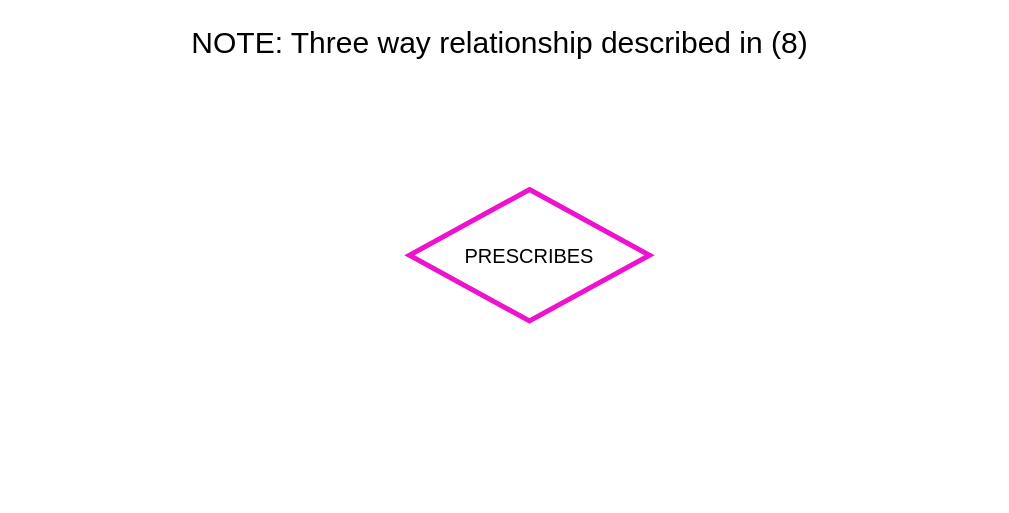
Before: page "PRESCRIBES Relationship" (8 of 9) of ECE467A1.drawio in JacobAhrens/DatabasesFinalProject, a draw.io diagram. Source tidied: cells renumbered, new cells numbered last; positions are measured from the earlier drawing's top-left corner, leaving out a move shared by most shapes. Both pictures are drawn from the tidied source at 100%, with x=0, y=0 at pixel (179, 17).
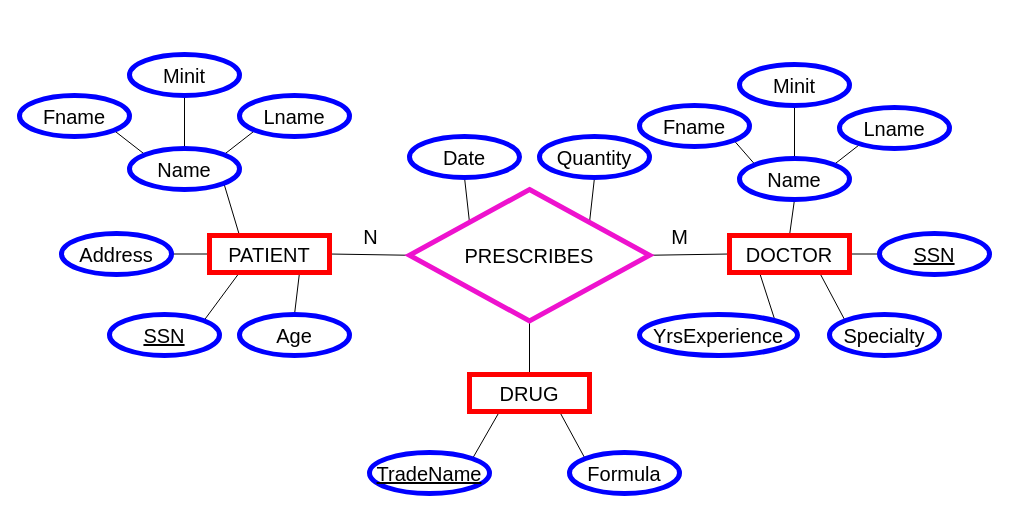
Above is the later version.

The change refers to these unchanged cells:
```xml
<mxCell id="2" value="PRESCRIBES" style="rhombus;whiteSpace=wrap;html=1;strokeColor=light-dark(#EE12CE,#FFFFFF);strokeWidth=5;fontSize=20;" parent="1" vertex="1">
  <mxGeometry x="230" y="172" width="240" height="131.5" as="geometry" />
</mxCell>
```

Diff of the diagram source:
```diff
@@
+    <mxCell id="4" style="endArrow=none;html=1;rounded=0;entryX=0.5;entryY=1;entryDx=0;entryDy=0;exitX=0;exitY=0;exitDx=0;exitDy=0;" parent="1" edge="1" source="2" target="46">
+      <mxGeometry relative="1" as="geometry" />
+    </mxCell>
+    <mxCell id="5" style="endArrow=none;html=1;rounded=0;exitX=0.5;exitY=1;exitDx=0;exitDy=0;entryX=1;entryY=0;entryDx=0;entryDy=0;" parent="1" edge="1" source="47" target="2">
+      <mxGeometry relative="1" as="geometry" />
+    </mxCell>
+    <mxCell id="6" style="endArrow=none;html=1;rounded=0;entryX=1;entryY=0.5;entryDx=0;entryDy=0;exitX=0;exitY=0.5;exitDx=0;exitDy=0;" parent="1" edge="1" source="2" target="23">
+      <mxGeometry relative="1" as="geometry" />
+    </mxCell>
+    <mxCell id="7" value="N" style="edgeLabel;html=1;align=center;verticalAlign=middle;fontSize=20;" parent="6" vertex="1">
+      <mxGeometry x="-0.01" y="-1" relative="1" as="geometry">
+        <mxPoint y="-18" as="offset" />
+      </mxGeometry>
+    </mxCell>
+    <mxCell id="8" style="endArrow=none;html=1;rounded=0;entryX=1;entryY=0.5;entryDx=0;entryDy=0;exitX=0;exitY=0.5;exitDx=0;exitDy=0;" parent="1" edge="1" source="38" target="2">
+      <mxGeometry relative="1" as="geometry" />
+    </mxCell>
+    <mxCell id="9" value="M" style="edgeLabel;html=1;align=center;verticalAlign=middle;fontSize=20;" parent="8" vertex="1">
+      <mxGeometry x="0.14" y="-2" relative="1" as="geometry">
+        <mxPoint x="-4" y="-17" as="offset" />
+      </mxGeometry>
+    </mxCell>
+    <mxCell id="10" style="endArrow=none;html=1;rounded=0;entryX=0.5;entryY=1;entryDx=0;entryDy=0;exitX=0.5;exitY=0;exitDx=0;exitDy=0;" parent="1" edge="1" source="13" target="2">
+      <mxGeometry relative="1" as="geometry" />
+    </mxCell>
+    <mxCell id="11" style="endArrow=none;html=1;rounded=0;entryX=0.25;entryY=1;entryDx=0;entryDy=0;exitX=1;exitY=0;exitDx=0;exitDy=0;" parent="1" edge="1" source="15" target="13">
+      <mxGeometry relative="1" as="geometry" />
+    </mxCell>
+    <mxCell id="12" style="endArrow=none;html=1;rounded=0;entryX=0.75;entryY=1;entryDx=0;entryDy=0;exitX=0;exitY=0;exitDx=0;exitDy=0;" parent="1" edge="1" source="14" target="13">
+      <mxGeometry relative="1" as="geometry" />
+    </mxCell>
+    <mxCell id="13" value="DRUG" style="rounded=0;whiteSpace=wrap;html=1;strokeColor=#FF0000;strokeWidth=5;shadow=0;fontSize=20;" parent="1" vertex="1">
+      <mxGeometry x="290" y="357" width="120" height="37" as="geometry" />
+    </mxCell>
+    <mxCell id="14" value="Formula" style="ellipse;whiteSpace=wrap;html=1;strokeColor=#0000FF;strokeWidth=5;fontSize=20;" parent="1" vertex="1">
+      <mxGeometry x="390" y="435" width="110" height="41" as="geometry" />
+    </mxCell>
+    <mxCell id="15" value="&lt;u&gt;TradeName&lt;/u&gt;" style="ellipse;whiteSpace=wrap;html=1;strokeColor=#0000FF;strokeWidth=5;fontSize=20;" parent="1" vertex="1">
+      <mxGeometry x="190" y="435" width="120" height="41" as="geometry" />
+    </mxCell>
+    <mxCell id="16" style="endArrow=none;html=1;rounded=0;entryX=0;entryY=0;entryDx=0;entryDy=0;exitX=1;exitY=1;exitDx=0;exitDy=0;" parent="1" edge="1" source="30" target="25">
+      <mxGeometry relative="1" as="geometry" />
+    </mxCell>
+    <mxCell id="17" style="endArrow=none;html=1;rounded=0;entryX=0.5;entryY=0;entryDx=0;entryDy=0;exitX=0.5;exitY=1;exitDx=0;exitDy=0;" parent="1" edge="1" source="29" target="25">
+      <mxGeometry relative="1" as="geometry" />
+    </mxCell>
+    <mxCell id="18" style="endArrow=none;html=1;rounded=0;entryX=0;entryY=1;entryDx=0;entryDy=0;exitX=1;exitY=0;exitDx=0;exitDy=0;" parent="1" edge="1" source="25" target="28">
+      <mxGeometry relative="1" as="geometry" />
+    </mxCell>
+    <mxCell id="19" style="endArrow=none;html=1;rounded=0;entryX=0;entryY=0.5;entryDx=0;entryDy=0;exitX=1;exitY=0.5;exitDx=0;exitDy=0;" parent="1" edge="1" source="27" target="23">
+      <mxGeometry relative="1" as="geometry" />
+    </mxCell>
+    <mxCell id="20" style="endArrow=none;html=1;rounded=0;entryX=0.25;entryY=0;entryDx=0;entryDy=0;exitX=1;exitY=1;exitDx=0;exitDy=0;" parent="1" edge="1" source="25" target="23">
+      <mxGeometry relative="1" as="geometry" />
+    </mxCell>
+    <mxCell id="21" style="endArrow=none;html=1;rounded=0;entryX=0.25;entryY=1;entryDx=0;entryDy=0;exitX=1;exitY=0;exitDx=0;exitDy=0;" parent="1" edge="1" source="24" target="23">
+      <mxGeometry relative="1" as="geometry" />
+    </mxCell>
+    <mxCell id="22" style="endArrow=none;html=1;rounded=0;exitX=0.5;exitY=0;exitDx=0;exitDy=0;entryX=0.75;entryY=1;entryDx=0;entryDy=0;" parent="1" edge="1" source="26" target="23">
+      <mxGeometry relative="1" as="geometry" />
+    </mxCell>
+    <mxCell id="23" value="PATIENT" style="rounded=0;whiteSpace=wrap;html=1;strokeColor=#FF0000;strokeWidth=5;shadow=0;fontSize=20;" parent="1" vertex="1">
+      <mxGeometry x="30" y="218" width="120" height="37" as="geometry" />
+    </mxCell>
+    <mxCell id="24" value="&lt;u&gt;SSN&lt;/u&gt;" style="ellipse;whiteSpace=wrap;html=1;strokeColor=#0000FF;strokeWidth=5;fontSize=20;" parent="1" vertex="1">
+      <mxGeometry x="-70" y="297" width="110" height="41" as="geometry" />
+    </mxCell>
+    <mxCell id="25" value="Name" style="ellipse;whiteSpace=wrap;html=1;strokeColor=#0000FF;strokeWidth=5;fontSize=20;" parent="1" vertex="1">
+      <mxGeometry x="-50" y="131" width="110" height="41" as="geometry" />
+    </mxCell>
+    <mxCell id="26" value="Age" style="ellipse;whiteSpace=wrap;html=1;strokeColor=#0000FF;strokeWidth=5;fontSize=20;" parent="1" vertex="1">
+      <mxGeometry x="60" y="297" width="110" height="41" as="geometry" />
+    </mxCell>
+    <mxCell id="27" value="Address" style="ellipse;whiteSpace=wrap;html=1;strokeColor=#0000FF;strokeWidth=5;fontSize=20;" parent="1" vertex="1">
+      <mxGeometry x="-118" y="216" width="110" height="41" as="geometry" />
+    </mxCell>
+    <mxCell id="28" value="Lname" style="ellipse;whiteSpace=wrap;html=1;strokeColor=#0000FF;strokeWidth=5;fontSize=20;" parent="1" vertex="1">
+      <mxGeometry x="60" y="78" width="110" height="41" as="geometry" />
+    </mxCell>
+    <mxCell id="29" value="Minit" style="ellipse;whiteSpace=wrap;html=1;strokeColor=#0000FF;strokeWidth=5;fontSize=20;" parent="1" vertex="1">
+      <mxGeometry x="-50" y="37" width="110" height="41" as="geometry" />
+    </mxCell>
+    <mxCell id="30" value="Fname" style="ellipse;whiteSpace=wrap;html=1;strokeColor=#0000FF;strokeWidth=5;fontSize=20;" parent="1" vertex="1">
+      <mxGeometry x="-160" y="78" width="110" height="41" as="geometry" />
+    </mxCell>
@@
-    <mxCell id="3" value="&lt;font style=&quot;font-size: 30px;&quot;&gt;NOTE: Three way relationship described in (8)&lt;/font&gt;" style="text;html=1;align=center;verticalAlign=middle;strokeColor=none;fillColor=none;" parent="1" vertex="1">
-      <mxGeometry width="640" height="50" as="geometry" />
-    </mxCell>
+    <mxCell id="31" style="endArrow=none;html=1;rounded=0;entryX=0;entryY=0;entryDx=0;entryDy=0;exitX=1;exitY=1;exitDx=0;exitDy=0;" parent="1" edge="1" source="45" target="40">
+      <mxGeometry relative="1" as="geometry" />
+    </mxCell>
+    <mxCell id="32" style="endArrow=none;html=1;rounded=0;entryX=0.5;entryY=0;entryDx=0;entryDy=0;exitX=0.5;exitY=1;exitDx=0;exitDy=0;" parent="1" edge="1" source="44" target="40">
+      <mxGeometry relative="1" as="geometry" />
+    </mxCell>
+    <mxCell id="33" style="endArrow=none;html=1;rounded=0;entryX=0;entryY=1;entryDx=0;entryDy=0;exitX=1;exitY=0;exitDx=0;exitDy=0;" parent="1" edge="1" source="40">
+      <mxGeometry relative="1" as="geometry">
+        <mxPoint x="685.6" y="122.8" as="targetPoint" />
+      </mxGeometry>
+    </mxCell>
+    <mxCell id="34" style="endArrow=none;html=1;rounded=0;entryX=0.25;entryY=1;entryDx=0;entryDy=0;exitX=1;exitY=0;exitDx=0;exitDy=0;" parent="1" edge="1" source="42" target="38">
+      <mxGeometry relative="1" as="geometry" />
+    </mxCell>
+    <mxCell id="35" style="endArrow=none;html=1;rounded=0;entryX=0.5;entryY=0;entryDx=0;entryDy=0;exitX=0.5;exitY=1;exitDx=0;exitDy=0;" parent="1" edge="1" source="40" target="38">
+      <mxGeometry relative="1" as="geometry" />
+    </mxCell>
+    <mxCell id="36" style="endArrow=none;html=1;rounded=0;entryX=1;entryY=0.5;entryDx=0;entryDy=0;exitX=0;exitY=0.5;exitDx=0;exitDy=0;" parent="1" edge="1" source="39" target="38">
+      <mxGeometry relative="1" as="geometry" />
+    </mxCell>
+    <mxCell id="37" style="endArrow=none;html=1;rounded=0;entryX=0.75;entryY=1;entryDx=0;entryDy=0;exitX=0;exitY=0;exitDx=0;exitDy=0;" parent="1" edge="1" source="41" target="38">
+      <mxGeometry relative="1" as="geometry" />
+    </mxCell>
+    <mxCell id="38" value="DOCTOR" style="rounded=0;whiteSpace=wrap;html=1;strokeColor=#FF0000;strokeWidth=5;shadow=0;fontSize=20;" parent="1" vertex="1">
+      <mxGeometry x="550" y="218" width="120" height="37" as="geometry" />
+    </mxCell>
+    <mxCell id="39" value="&lt;u&gt;SSN&lt;/u&gt;" style="ellipse;whiteSpace=wrap;html=1;strokeColor=#0000FF;strokeWidth=5;fontSize=20;" parent="1" vertex="1">
+      <mxGeometry x="700" y="216" width="110" height="41" as="geometry" />
+    </mxCell>
+    <mxCell id="40" value="Name" style="ellipse;whiteSpace=wrap;html=1;strokeColor=#0000FF;strokeWidth=5;fontSize=20;" parent="1" vertex="1">
+      <mxGeometry x="560" y="141" width="110" height="41" as="geometry" />
+    </mxCell>
+    <mxCell id="41" value="Specialty" style="ellipse;whiteSpace=wrap;html=1;strokeColor=#0000FF;strokeWidth=5;fontSize=20;" parent="1" vertex="1">
+      <mxGeometry x="650" y="297" width="110" height="41" as="geometry" />
+    </mxCell>
+    <mxCell id="42" value="YrsExperience" style="ellipse;whiteSpace=wrap;html=1;strokeColor=#0000FF;strokeWidth=5;fontSize=20;" parent="1" vertex="1">
+      <mxGeometry x="460" y="297" width="158" height="41" as="geometry" />
+    </mxCell>
+    <mxCell id="43" value="Lname" style="ellipse;whiteSpace=wrap;html=1;strokeColor=#0000FF;strokeWidth=5;fontSize=20;" parent="1" vertex="1">
+      <mxGeometry x="660" y="90" width="110" height="41" as="geometry" />
+    </mxCell>
+    <mxCell id="44" value="Minit" style="ellipse;whiteSpace=wrap;html=1;strokeColor=#0000FF;strokeWidth=5;fontSize=20;" parent="1" vertex="1">
+      <mxGeometry x="560" y="47" width="110" height="41" as="geometry" />
+    </mxCell>
+    <mxCell id="45" value="Fname" style="ellipse;whiteSpace=wrap;html=1;strokeColor=#0000FF;strokeWidth=5;fontSize=20;" parent="1" vertex="1">
+      <mxGeometry x="460" y="88" width="110" height="41" as="geometry" />
+    </mxCell>
+    <mxCell id="46" value="Date" style="ellipse;whiteSpace=wrap;html=1;strokeColor=#0000FF;strokeWidth=5;fontSize=20;" parent="1" vertex="1">
+      <mxGeometry x="230" y="119" width="110" height="41" as="geometry" />
+    </mxCell>
+    <mxCell id="47" value="Quantity" style="ellipse;whiteSpace=wrap;html=1;strokeColor=#0000FF;strokeWidth=5;fontSize=20;" parent="1" vertex="1">
+      <mxGeometry x="360" y="119" width="110" height="41" as="geometry" />
+    </mxCell>
```
